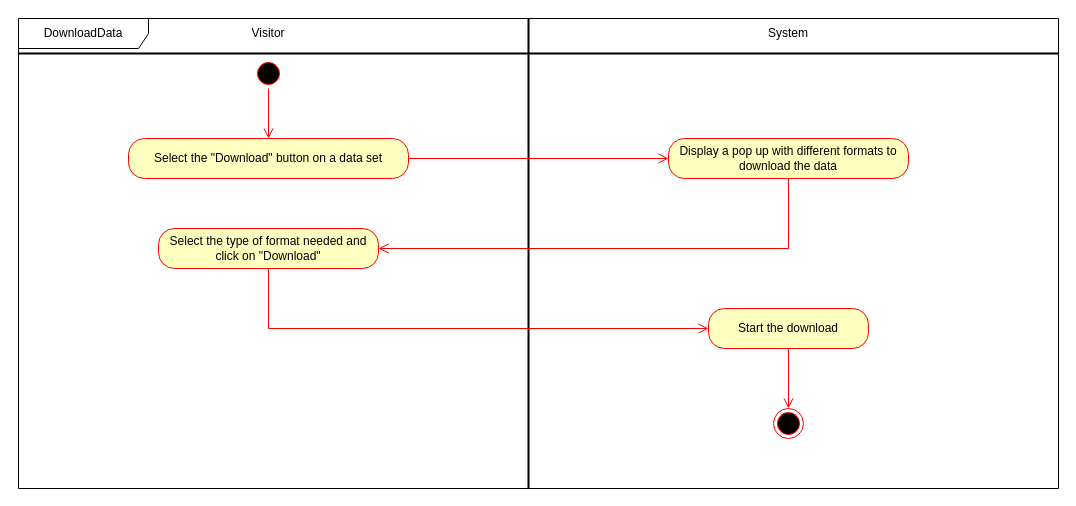
Before: page "DownloadData" (1 of 2) of Visitor.drawio in matteovisotto/SE2-CecchettoSirianiVisotto, a draw.io diagram. Source tidied: cells renumbered, new cells numbered last; positions are measured from the earlier drawing's top-left corner, leaving out a move shared by most shapes. Both pictures are drawn from the tidied source at 100%, with x=0, y=0 at pixel (18, 18).
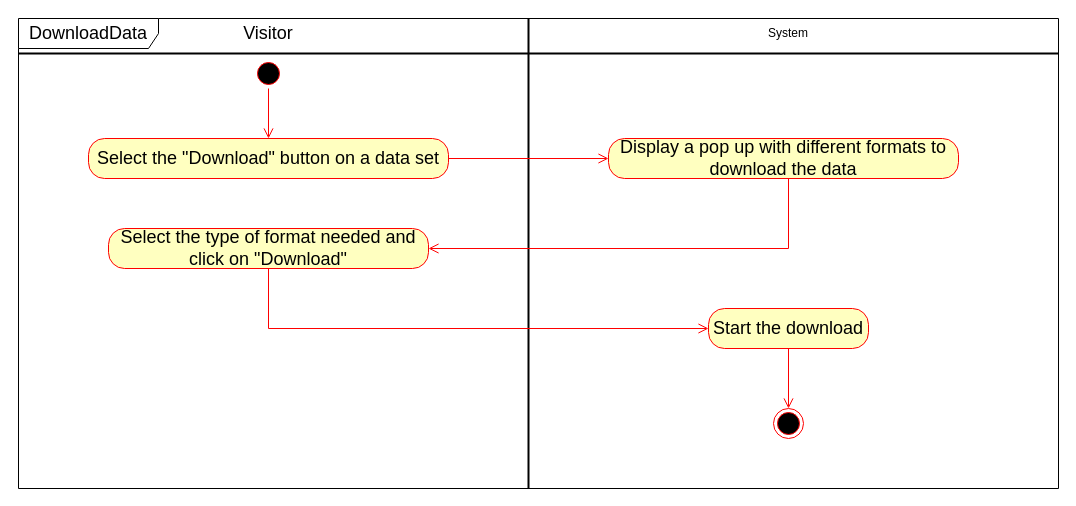
After the change.

What changed in the source:
```diff
@@
-    <mxCell id="2" value="DownloadData" style="shape=umlFrame;whiteSpace=wrap;html=1;width=130;height=30;" parent="1" vertex="1">
+    <mxCell id="2" value="&lt;font style=&quot;font-size: 18px&quot;&gt;DownloadData&lt;/font&gt;" style="shape=umlFrame;whiteSpace=wrap;html=1;width=140;height=30;" parent="1" vertex="1">
       <mxGeometry width="1040" height="470" as="geometry" />
     </mxCell>
@@
-    <mxCell id="8" value="Visitor" style="text;html=1;strokeColor=none;fillColor=none;align=center;verticalAlign=middle;whiteSpace=wrap;rounded=0;" parent="1" vertex="1">
+    <mxCell id="8" value="&lt;font style=&quot;font-size: 18px&quot;&gt;Visitor&lt;/font&gt;" style="text;html=1;strokeColor=none;fillColor=none;align=center;verticalAlign=middle;whiteSpace=wrap;rounded=0;" parent="1" vertex="1">
       <mxGeometry x="195" width="110" height="30" as="geometry" />
     </mxCell>
@@
-    <mxCell id="10" value="Select the &quot;Download&quot; button on a data set" style="rounded=1;whiteSpace=wrap;html=1;arcSize=40;fontColor=#000000;fillColor=#ffffc0;strokeColor=#ff0000;" parent="1" vertex="1">
-      <mxGeometry x="110" y="120" width="280" height="40" as="geometry" />
+    <mxCell id="10" value="&lt;font style=&quot;font-size: 18px&quot;&gt;Select the &quot;Download&quot; button on a data set&lt;/font&gt;" style="rounded=1;whiteSpace=wrap;html=1;arcSize=40;fontColor=#000000;fillColor=#ffffc0;strokeColor=#ff0000;" parent="1" vertex="1">
+      <mxGeometry x="70" y="120" width="360" height="40" as="geometry" />
     </mxCell>
@@
-    <mxCell id="12" value="Display a pop up with different formats to download the data" style="rounded=1;whiteSpace=wrap;html=1;arcSize=40;fontColor=#000000;fillColor=#ffffc0;strokeColor=#ff0000;" parent="1" vertex="1">
-      <mxGeometry x="650" y="120" width="240" height="40" as="geometry" />
+    <mxCell id="12" value="&lt;font style=&quot;font-size: 18px&quot;&gt;Display a pop up with different formats to download the data&lt;/font&gt;" style="rounded=1;whiteSpace=wrap;html=1;arcSize=40;fontColor=#000000;fillColor=#ffffc0;strokeColor=#ff0000;" parent="1" vertex="1">
+      <mxGeometry x="590" y="120" width="350" height="40" as="geometry" />
     </mxCell>
@@
-    <mxCell id="14" value="Select the type of format needed and click on &quot;Download&quot;" style="rounded=1;whiteSpace=wrap;html=1;arcSize=40;fontColor=#000000;fillColor=#ffffc0;strokeColor=#ff0000;" parent="1" vertex="1">
-      <mxGeometry x="140" y="210" width="220" height="40" as="geometry" />
+    <mxCell id="14" value="&lt;font style=&quot;font-size: 18px&quot;&gt;Select the type of format needed and click on &quot;Download&quot;&lt;/font&gt;" style="rounded=1;whiteSpace=wrap;html=1;arcSize=40;fontColor=#000000;fillColor=#ffffc0;strokeColor=#ff0000;" parent="1" vertex="1">
+      <mxGeometry x="90" y="210" width="320" height="40" as="geometry" />
     </mxCell>
@@
-    <mxCell id="16" value="Start the download" style="rounded=1;whiteSpace=wrap;html=1;arcSize=40;fontColor=#000000;fillColor=#ffffc0;strokeColor=#ff0000;" parent="1" vertex="1">
+    <mxCell id="16" value="&lt;font style=&quot;font-size: 18px&quot;&gt;Start the download&lt;/font&gt;" style="rounded=1;whiteSpace=wrap;html=1;arcSize=40;fontColor=#000000;fillColor=#ffffc0;strokeColor=#ff0000;" parent="1" vertex="1">
       <mxGeometry x="690" y="290" width="160" height="40" as="geometry" />
     </mxCell>
```
